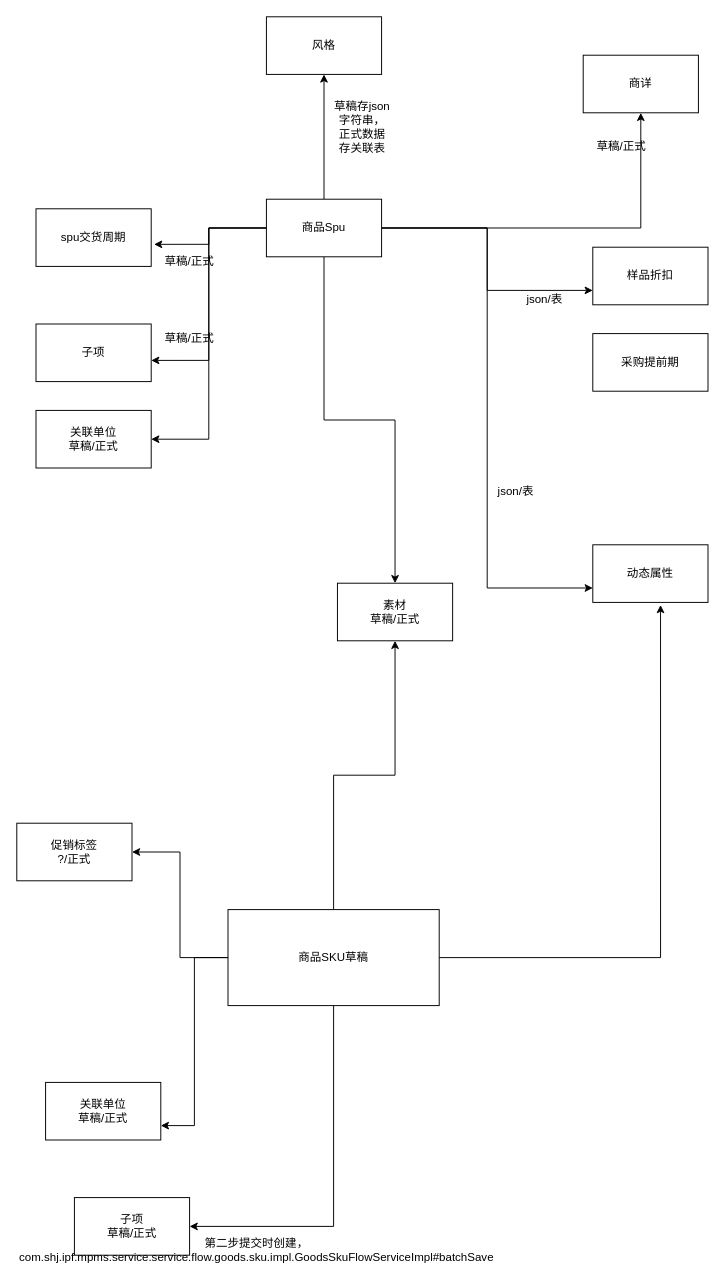
Before: 商品打包逻辑梳理草稿.drawio in 1846872430/shj_chart, a draw.io diagram. Source tidied: cells renumbered, new cells numbered last; positions are measured from the earlier drawing's top-left corner, leaving out a move shared by most shapes. Both pictures are drawn from the tidied source at 96%, with x=0, y=0 at pixel (16, 16).
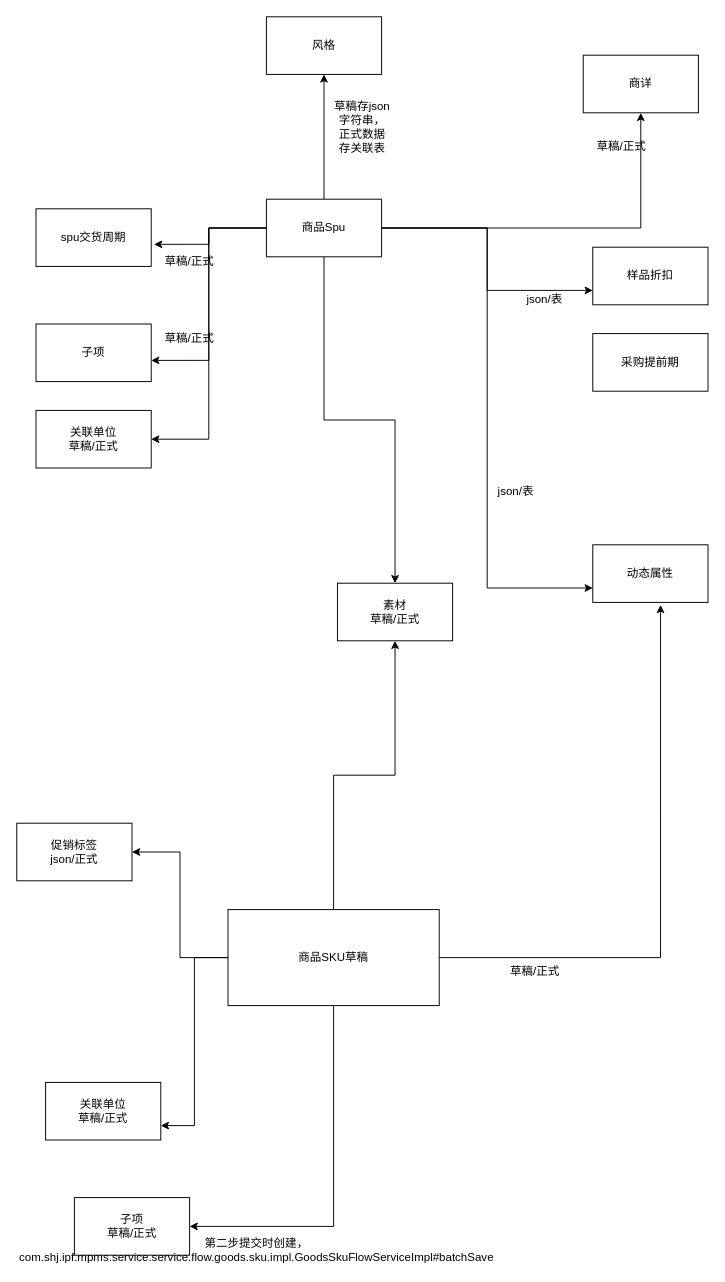
After the change.

Commit message:
更新商品打包逻辑梳理草稿.drawio

What changed in the source:
```diff
@@
-    <mxCell id="35" value="促销标签&lt;br&gt;?/正式" style="rounded=0;whiteSpace=wrap;html=1;" parent="1" vertex="1">
+    <mxCell id="35" value="促销标签&lt;br&gt;json/正式" style="rounded=0;whiteSpace=wrap;html=1;" parent="1" vertex="1">
       <mxGeometry y="840" width="120" height="60" as="geometry" />
     </mxCell>
+    <mxCell id="36" value="草稿/正式" style="text;html=1;whiteSpace=wrap;strokeColor=none;fillColor=none;align=center;verticalAlign=middle;rounded=0;" parent="1" vertex="1">
+      <mxGeometry x="510" y="980" width="60" height="30" as="geometry" />
+    </mxCell>
```
